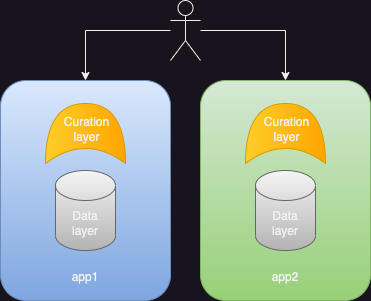
This is .gitbook/assets/bitcache-do vs dc.drawio (2).png from jadwahab/bitcache-spec, a draw.io export, as it was before one commit. Source tidied: cells renumbered, new cells last; positions are measured from the earlier drawing's top-left corner, leaving out a move shared by most shapes.
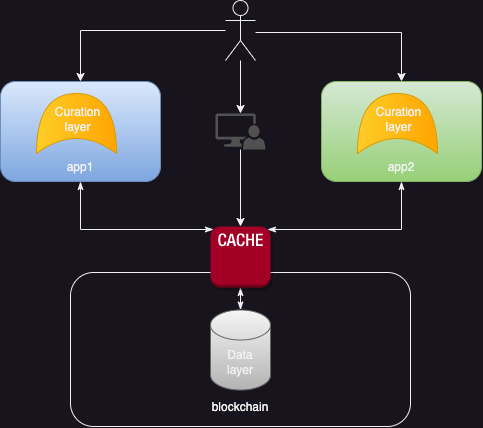
After the commit.

Commit message:
GITBOOK-9: clarify caching layer + FAQ

The edit, as a diff of the source:
```diff
@@ -2,46 +2,77 @@
   <root>
     <mxCell id="0" />
     <mxCell id="1" parent="0" />
-    <mxCell id="2" value="&lt;br&gt;&lt;br&gt;&lt;br&gt;&lt;br&gt;&lt;br&gt;&lt;br&gt;&lt;br&gt;&lt;br&gt;&lt;br&gt;&lt;br&gt;&lt;br&gt;&lt;br&gt;app1" style="rounded=1;whiteSpace=wrap;html=1;fillColor=#dae8fc;gradientColor=#7ea6e0;strokeColor=#6c8ebf;" parent="1" vertex="1">
-      <mxGeometry y="80" width="170" height="220" as="geometry" />
+    <mxCell id="2" value="&lt;br&gt;&lt;br&gt;&lt;br&gt;&lt;br&gt;&lt;br&gt;&lt;br&gt;&lt;br&gt;&lt;br&gt;blockchain" style="rounded=1;whiteSpace=wrap;html=1;" parent="1" vertex="1">
+      <mxGeometry x="13" y="1483" width="340" height="154" as="geometry" />
     </mxCell>
-    <mxCell id="3" value="Data&lt;br&gt;layer" style="shape=cylinder3;whiteSpace=wrap;html=1;boundedLbl=1;backgroundOutline=1;size=15;fillColor=#f5f5f5;strokeColor=#666666;gradientColor=#b3b3b3;" parent="1" vertex="1">
-      <mxGeometry x="55" y="170" width="60" height="80" as="geometry" />
+    <mxCell id="3" style="edgeStyle=orthogonalEdgeStyle;rounded=0;jettySize=auto;html=1;startArrow=classicThin;startFill=1;endArrow=classicThin;endFill=1;entryX=0.05;entryY=0.05;entryDx=0;entryDy=0;entryPerimeter=0;exitX=0.5;exitY=1;exitDx=0;exitDy=0;" parent="1" edge="1" source="4" target="17">
+      <mxGeometry relative="1" as="geometry">
+        <Array as="points">
+          <mxPoint x="23" y="1440" />
+          <mxPoint x="156" y="1440" />
+        </Array>
+      </mxGeometry>
     </mxCell>
-    <mxCell id="4" style="shape=xor;whiteSpace=wrap;html=1;rotation=-90;fillColor=#ffcd28;gradientColor=#ffa500;strokeColor=#d79b00;" parent="1" vertex="1">
-      <mxGeometry x="55" y="93" width="60" height="80" as="geometry" />
+    <mxCell id="4" value="&lt;br&gt;&lt;br&gt;&lt;br&gt;&lt;br&gt;&lt;br&gt;app1" style="rounded=1;whiteSpace=wrap;html=1;fillColor=#dae8fc;gradientColor=#7ea6e0;strokeColor=#6c8ebf;" parent="1" vertex="1">
+      <mxGeometry x="-57" y="1292" width="160" height="100" as="geometry" />
     </mxCell>
-    <mxCell id="5" value="Curation&lt;br&gt;layer" style="text;html=1;align=center;verticalAlign=middle;points=[];strokeColor=none;fillColor=none;" parent="1" vertex="1">
-      <mxGeometry x="51" y="109" width="70" height="40" as="geometry" />
+    <mxCell id="5" value="Data&lt;br&gt;layer" style="shape=cylinder3;whiteSpace=wrap;html=1;boundedLbl=1;backgroundOutline=1;size=15;fillColor=#f5f5f5;gradientColor=#b3b3b3;strokeColor=#666666;" parent="1" vertex="1">
+      <mxGeometry x="153" y="1520.5" width="60" height="80" as="geometry" />
     </mxCell>
-    <mxCell id="6" value="&lt;br&gt;&lt;br&gt;&lt;br&gt;&lt;br&gt;&lt;br&gt;&lt;br&gt;&lt;br&gt;&lt;br&gt;&lt;br&gt;&lt;br&gt;&lt;br&gt;&lt;br&gt;app2" style="rounded=1;whiteSpace=wrap;html=1;fillColor=#d5e8d4;gradientColor=#97d077;strokeColor=#82b366;" parent="1" vertex="1">
-      <mxGeometry x="200" y="80" width="170" height="220" as="geometry" />
+    <mxCell id="6" style="edgeStyle=orthogonalEdgeStyle;rounded=0;jettySize=auto;html=1;startArrow=classicThin;startFill=1;endArrow=classicThin;endFill=1;entryX=0.95;entryY=0.05;entryDx=0;entryDy=0;entryPerimeter=0;exitX=0.5;exitY=1;exitDx=0;exitDy=0;" parent="1" edge="1" source="7" target="17">
+      <mxGeometry relative="1" as="geometry">
+        <Array as="points">
+          <mxPoint x="344" y="1440" />
+          <mxPoint x="210" y="1440" />
+        </Array>
+      </mxGeometry>
     </mxCell>
-    <mxCell id="7" value="Data&lt;br&gt;layer" style="shape=cylinder3;whiteSpace=wrap;html=1;boundedLbl=1;backgroundOutline=1;size=15;fillColor=#f5f5f5;strokeColor=#666666;gradientColor=#b3b3b3;" parent="1" vertex="1">
-      <mxGeometry x="255" y="170" width="60" height="80" as="geometry" />
+    <mxCell id="7" value="&lt;br&gt;&lt;br&gt;&lt;br&gt;&lt;br&gt;&lt;br&gt;app2" style="rounded=1;whiteSpace=wrap;html=1;fillColor=#d5e8d4;gradientColor=#97d077;strokeColor=#82b366;" parent="1" vertex="1">
+      <mxGeometry x="264" y="1292" width="160" height="100" as="geometry" />
     </mxCell>
     <mxCell id="8" style="shape=xor;whiteSpace=wrap;html=1;rotation=-90;fillColor=#ffcd28;gradientColor=#ffa500;strokeColor=#d79b00;" parent="1" vertex="1">
-      <mxGeometry x="255" y="93" width="60" height="80" as="geometry" />
+      <mxGeometry x="-11" y="1294" width="60" height="80" as="geometry" />
     </mxCell>
     <mxCell id="9" value="Curation&lt;br&gt;layer" style="text;html=1;align=center;verticalAlign=middle;strokeColor=none;fillColor=none;" parent="1" vertex="1">
-      <mxGeometry x="251" y="109" width="70" height="40" as="geometry" />
+      <mxGeometry x="-15" y="1310" width="70" height="40" as="geometry" />
     </mxCell>
-    <mxCell id="10" style="edgeStyle=orthogonalEdgeStyle;rounded=0;jettySize=auto;html=1;" parent="1" edge="1" source="12" target="2">
-      <mxGeometry relative="1" as="geometry">
-        <Array as="points">
-          <mxPoint x="85" y="30" />
-        </Array>
-      </mxGeometry>
+    <mxCell id="10" style="shape=xor;whiteSpace=wrap;html=1;rotation=-90;fillColor=#ffcd28;gradientColor=#ffa500;strokeColor=#d79b00;" parent="1" vertex="1">
+      <mxGeometry x="310" y="1294" width="60" height="80" as="geometry" />
     </mxCell>
-    <mxCell id="11" style="edgeStyle=orthogonalEdgeStyle;rounded=0;jettySize=auto;html=1;entryX=0.5;entryY=0;entryDx=0;entryDy=0;" parent="1" edge="1" source="12" target="6">
-      <mxGeometry relative="1" as="geometry">
-        <Array as="points">
-          <mxPoint x="285" y="30" />
-        </Array>
-      </mxGeometry>
+    <mxCell id="11" value="Curation&lt;br&gt;layer" style="text;html=1;align=center;verticalAlign=middle;strokeColor=none;fillColor=none;" parent="1" vertex="1">
+      <mxGeometry x="306" y="1310" width="70" height="40" as="geometry" />
     </mxCell>
-    <mxCell id="12" style="shape=umlActor;verticalLabelPosition=bottom;verticalAlign=top;html=1;outlineConnect=0;" parent="1" vertex="1">
-      <mxGeometry x="170" width="30" height="60" as="geometry" />
+    <mxCell id="12" style="edgeStyle=orthogonalEdgeStyle;rounded=0;jettySize=auto;html=1;entryX=0.5;entryY=0;entryDx=0;entryDy=0;" parent="1" edge="1" source="15" target="4">
+      <mxGeometry relative="1" as="geometry">
+        <Array as="points">
+          <mxPoint x="23" y="1241" />
+        </Array>
+      </mxGeometry>
     </mxCell>
+    <mxCell id="13" style="edgeStyle=orthogonalEdgeStyle;rounded=0;jettySize=auto;html=1;entryX=0.5;entryY=0;entryDx=0;entryDy=0;" parent="1" edge="1" source="15" target="7">
+      <mxGeometry relative="1" as="geometry">
+        <Array as="points">
+          <mxPoint x="344" y="1243" />
+        </Array>
+      </mxGeometry>
+    </mxCell>
+    <mxCell id="14" style="edgeStyle=orthogonalEdgeStyle;rounded=0;jettySize=auto;html=1;" parent="1" edge="1" source="15" target="19">
+      <mxGeometry relative="1" as="geometry" />
+    </mxCell>
+    <mxCell id="15" style="shape=umlActor;verticalLabelPosition=bottom;verticalAlign=top;html=1;outlineConnect=0;" parent="1" vertex="1">
+      <mxGeometry x="168" y="1211" width="30" height="60" as="geometry" />
+    </mxCell>
+    <mxCell id="16" style="edgeStyle=orthogonalEdgeStyle;rounded=0;jettySize=auto;html=1;startArrow=classicThin;startFill=1;endArrow=classicThin;endFill=1;" parent="1" edge="1" source="17" target="5">
+      <mxGeometry relative="1" as="geometry" />
+    </mxCell>
+    <mxCell id="17" style="outlineConnect=0;dashed=0;verticalLabelPosition=bottom;verticalAlign=top;align=center;html=1;shape=mxgraph.aws3.cache_node;fillColor=#a20025;strokeColor=#6F0000;fontColor=#ffffff;shadow=1;" parent="1" vertex="1">
+      <mxGeometry x="153" y="1437" width="60" height="61" as="geometry" />
+    </mxCell>
+    <mxCell id="18" style="edgeStyle=orthogonalEdgeStyle;rounded=0;jettySize=auto;html=1;entryX=0.5;entryY=0;entryDx=0;entryDy=0;entryPerimeter=0;" parent="1" edge="1" source="19" target="17">
+      <mxGeometry relative="1" as="geometry" />
+    </mxCell>
+    <mxCell id="19" style="sketch=0;shadow=0;dashed=0;html=1;strokeColor=none;labelPosition=center;verticalLabelPosition=bottom;verticalAlign=top;align=center;fillColor=#515151;shape=mxgraph.mscae.system_center.admin_console;" parent="1" vertex="1">
+      <mxGeometry x="158" y="1324" width="50" height="36" as="geometry" />
+    </mxCell>
   </root>
 </mxGraphModel>
```
